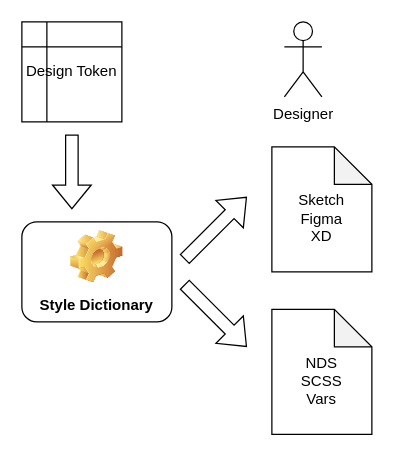
hikumealan/draw-io-diagrams keeps this draw.io diagram as Design2Code.drawio. Above is the earlier version. Source tidied: cells renumbered, new cells numbered last; positions are measured from the earlier drawing's top-left corner, leaving out a move shared by most shapes. Both pictures are drawn from the tidied source at 125%, with x=0, y=0 at pixel (21, 21).
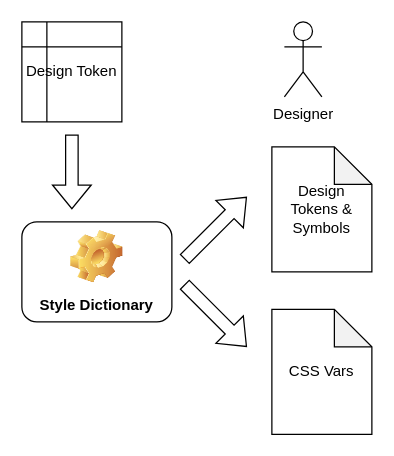
Above is the later version.

Diff of the diagram source:
```diff
@@
 <mxGraphModel>
   <root>
     <mxCell id="0" />
     <mxCell id="1" parent="0" />
     <mxCell id="2" value="Design Token" style="shape=internalStorage;whiteSpace=wrap;html=1;backgroundOutline=1;" parent="1" vertex="1">
       <mxGeometry width="80" height="80" as="geometry" />
     </mxCell>
     <mxCell id="3" style="shape=flexArrow;endArrow=classic;html=1;rounded=0;" parent="1" edge="1">
       <mxGeometry relative="1" as="geometry">
         <mxPoint x="130" y="190" as="sourcePoint" />
         <mxPoint x="180" y="140" as="targetPoint" />
       </mxGeometry>
     </mxCell>
     <mxCell id="4" style="shape=flexArrow;endArrow=classic;html=1;rounded=0;" parent="1" edge="1">
       <mxGeometry relative="1" as="geometry">
         <mxPoint x="130" y="210" as="sourcePoint" />
         <mxPoint x="180" y="260" as="targetPoint" />
       </mxGeometry>
     </mxCell>
-    <mxCell id="5" value="&lt;br&gt;Sketch&lt;br&gt;Figma&lt;br&gt;XD" style="shape=note;whiteSpace=wrap;html=1;backgroundOutline=1;darkOpacity=0.05;" parent="1" vertex="1">
+    <mxCell id="5" value="Design Tokens &amp;amp; Symbols" style="shape=note;whiteSpace=wrap;html=1;backgroundOutline=1;darkOpacity=0.05;" parent="1" vertex="1">
       <mxGeometry x="200" y="100" width="80" height="100" as="geometry" />
     </mxCell>
     <mxCell id="6" value="Style Dictionary" style="label;whiteSpace=wrap;html=1;align=center;verticalAlign=bottom;spacingLeft=0;spacingBottom=4;imageAlign=center;imageVerticalAlign=top;image=img/clipart/Gear_128x128.png;" parent="1" vertex="1">
       <mxGeometry y="160" width="120" height="80" as="geometry" />
     </mxCell>
     <mxCell id="7" value="Designer" style="shape=umlActor;verticalLabelPosition=bottom;verticalAlign=top;html=1;" parent="1" vertex="1">
       <mxGeometry x="210" width="30" height="60" as="geometry" />
     </mxCell>
     <mxCell id="8" style="shape=flexArrow;endArrow=classic;html=1;rounded=0;" parent="1" edge="1">
       <mxGeometry relative="1" as="geometry">
         <mxPoint x="40" y="90" as="sourcePoint" />
         <mxPoint x="40" y="150" as="targetPoint" />
       </mxGeometry>
     </mxCell>
-    <mxCell id="9" value="&lt;br&gt;NDS&lt;br&gt;SCSS&lt;br&gt;Vars" style="shape=note;whiteSpace=wrap;html=1;backgroundOutline=1;darkOpacity=0.05;" parent="1" vertex="1">
+    <mxCell id="9" value="CSS Vars" style="shape=note;whiteSpace=wrap;html=1;backgroundOutline=1;darkOpacity=0.05;" parent="1" vertex="1">
       <mxGeometry x="200" y="230" width="80" height="100" as="geometry" />
     </mxCell>
   </root>
 </mxGraphModel>
```
